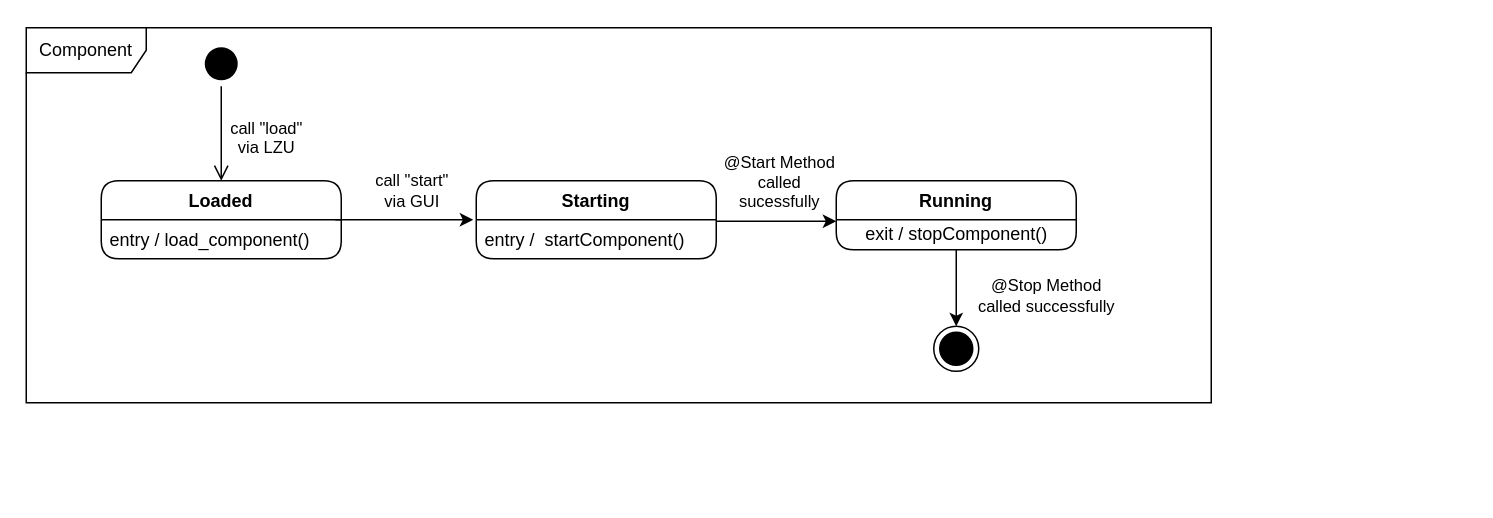
Earlier version of the draw.io diagram documentation/ue2ZustandsDiagramm.drawio (JonathanBenedikt/OOKA). Source tidied: cells renumbered, new cells numbered last; positions are measured from the earlier drawing's top-left corner, leaving out a move shared by most shapes. Both pictures are drawn from the tidied source at 150%, with x=0, y=0 at pixel (26, 27).
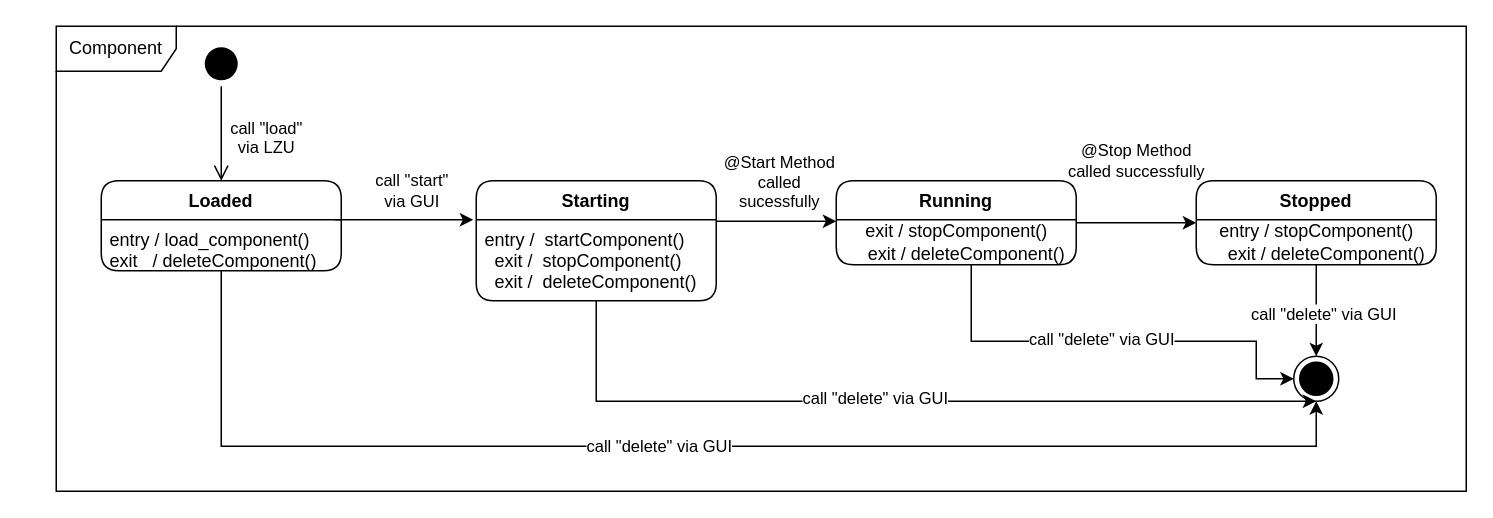
After the change.

Commit message (it also covers changes not shown here):
Zustandsdiagramm wurde angepasst.

Change to the diagram source:
```diff
@@
+    <mxCell id="15" style="edgeStyle=orthogonalEdgeStyle;rounded=0;jettySize=auto;html=1;entryX=0.5;entryY=1;entryDx=0;entryDy=0;" parent="1" edge="1" source="5" target="13">
+      <mxGeometry relative="1" as="geometry">
+        <Array as="points">
+          <mxPoint x="130" y="279" />
+          <mxPoint x="860" y="279" />
+        </Array>
+      </mxGeometry>
+    </mxCell>
+    <mxCell id="16" value="call &quot;delete&quot; via GUI" style="edgeLabel;html=1;align=center;verticalAlign=middle;" parent="15" vertex="1">
+      <mxGeometry x="-0.07" y="1" relative="1" as="geometry" />
+    </mxCell>
     <mxCell id="5" value="Loaded" style="swimlane;fontStyle=1;align=center;verticalAlign=top;horizontal=1;startSize=26;rounded=1;" parent="1" vertex="1">
-      <mxGeometry x="50" y="102" width="160" height="52" as="geometry" />
+      <mxGeometry x="50" y="102" width="160" height="60" as="geometry" />
     </mxCell>
-    <mxCell id="6" value="entry / load_component()" style="text;strokeColor=none;fillColor=none;align=left;verticalAlign=top;spacingLeft=4;spacingRight=4;overflow=hidden;" parent="5" vertex="1">
-      <mxGeometry y="26" width="160" height="26" as="geometry" />
+    <mxCell id="6" value="entry / load_component()&#10;exit   / deleteComponent()" style="text;strokeColor=none;fillColor=none;align=left;verticalAlign=top;spacingLeft=4;spacingRight=4;overflow=hidden;" parent="5" vertex="1">
+      <mxGeometry y="26" width="160" height="34" as="geometry" />
     </mxCell>
@@
+    <mxCell id="17" style="edgeStyle=orthogonalEdgeStyle;rounded=0;jettySize=auto;html=1;entryX=0.5;entryY=1;entryDx=0;entryDy=0;" parent="1" edge="1" source="8" target="13">
+      <mxGeometry relative="1" as="geometry">
+        <Array as="points">
+          <mxPoint x="380" y="249" />
+          <mxPoint x="850" y="249" />
+        </Array>
+      </mxGeometry>
+    </mxCell>
+    <mxCell id="18" value="call &quot;delete&quot; via GUI" style="edgeLabel;html=1;align=center;verticalAlign=middle;" parent="17" vertex="1">
+      <mxGeometry x="-0.08" y="4" relative="1" as="geometry">
+        <mxPoint y="1" as="offset" />
+      </mxGeometry>
+    </mxCell>
     <mxCell id="8" value="Starting" style="swimlane;fontStyle=1;align=center;verticalAlign=top;horizontal=1;startSize=26;rounded=1;" parent="1" vertex="1">
-      <mxGeometry x="300" y="102" width="160" height="52" as="geometry" />
+      <mxGeometry x="300" y="102" width="160" height="80" as="geometry" />
     </mxCell>
-    <mxCell id="9" value="entry /  startComponent()" style="text;strokeColor=none;fillColor=none;align=left;verticalAlign=top;spacingLeft=4;spacingRight=4;overflow=hidden;" parent="8" vertex="1">
-      <mxGeometry y="26" width="160" height="26" as="geometry" />
+    <mxCell id="9" value="entry /  startComponent()&#10;  exit /  stopComponent()&#10;  exit /  deleteComponent()" style="text;strokeColor=none;fillColor=none;align=left;verticalAlign=top;spacingLeft=4;spacingRight=4;overflow=hidden;" parent="8" vertex="1">
+      <mxGeometry y="26" width="160" height="54" as="geometry" />
     </mxCell>
-    <mxCell id="10" value="@Stop Method&lt;br&gt;called successfully" style="edgeStyle=orthogonalEdgeStyle;rounded=0;jettySize=auto;html=1;strokeColor=#000000;" parent="1" edge="1" source="11" target="13">
-      <mxGeometry x="0.22" y="60" relative="1" as="geometry" />
+    <mxCell id="10" value="@Stop Method&lt;br&gt;called successfully" style="edgeStyle=orthogonalEdgeStyle;rounded=0;jettySize=auto;html=1;strokeColor=#000000;entryX=0;entryY=0.5;entryDx=0;entryDy=0;" parent="1" edge="1" source="11" target="19">
+      <mxGeometry y="41" relative="1" as="geometry" />
     </mxCell>
     <mxCell id="11" value="Running" style="swimlane;fontStyle=1;align=center;verticalAlign=top;horizontal=1;startSize=26;rounded=1;" parent="1" vertex="1">
-      <mxGeometry x="540" y="102" width="160" height="46" as="geometry" />
+      <mxGeometry x="540" y="102" width="160" height="56" as="geometry" />
     </mxCell>
-    <mxCell id="12" value="exit / stopComponent()" style="text;html=1;align=center;verticalAlign=middle;points=[];strokeColor=none;fillColor=none;" parent="11" vertex="1">
-      <mxGeometry y="26" width="160" height="20" as="geometry" />
+    <mxCell id="12" value="exit / stopComponent()&lt;br&gt;&amp;nbsp; &amp;nbsp; exit / deleteComponent()" style="text;html=1;align=center;verticalAlign=middle;points=[];strokeColor=none;fillColor=none;" parent="11" vertex="1">
+      <mxGeometry y="26" width="160" height="30" as="geometry" />
     </mxCell>
     <mxCell id="13" style="ellipse;html=1;shape=endState;fillColor=#000000;strokeColor=#000000;" parent="1" vertex="1">
-      <mxGeometry x="605" y="199" width="30" height="30" as="geometry" />
+      <mxGeometry x="845" y="219" width="30" height="30" as="geometry" />
     </mxCell>
     <mxCell id="14" value="Component" style="shape=umlFrame;whiteSpace=wrap;html=1;strokeColor=#000000;gradientColor=none;width=80;height=30;" parent="1" vertex="1">
-      <mxGeometry width="790" height="250" as="geometry" />
+      <mxGeometry x="20" y="-1" width="940" height="310" as="geometry" />
     </mxCell>
+    <mxCell id="19" value="Stopped" style="swimlane;fontStyle=1;align=center;verticalAlign=top;horizontal=1;startSize=26;rounded=1;" parent="1" vertex="1">
+      <mxGeometry x="780" y="102" width="160" height="56" as="geometry" />
+    </mxCell>
+    <mxCell id="20" value="entry / stopComponent()&lt;br&gt;&amp;nbsp; &amp;nbsp; exit / deleteComponent()" style="text;html=1;align=center;verticalAlign=middle;points=[];strokeColor=none;fillColor=none;" parent="19" vertex="1">
+      <mxGeometry y="26" width="160" height="30" as="geometry" />
+    </mxCell>
+    <mxCell id="21" style="edgeStyle=orthogonalEdgeStyle;rounded=0;jettySize=auto;html=1;entryX=0.5;entryY=0;entryDx=0;entryDy=0;" parent="1" edge="1" source="20" target="13">
+      <mxGeometry relative="1" as="geometry" />
+    </mxCell>
+    <mxCell id="22" value="call &quot;delete&quot; via GUI" style="edgeLabel;html=1;align=center;verticalAlign=middle;" parent="21" vertex="1">
+      <mxGeometry x="0.06" y="4" relative="1" as="geometry" />
+    </mxCell>
+    <mxCell id="23" style="edgeStyle=orthogonalEdgeStyle;rounded=0;jettySize=auto;html=1;entryX=0;entryY=0.5;entryDx=0;entryDy=0;" parent="1" edge="1" source="12" target="13">
+      <mxGeometry relative="1" as="geometry">
+        <Array as="points">
+          <mxPoint x="630" y="209" />
+          <mxPoint x="820" y="209" />
+          <mxPoint x="820" y="234" />
+        </Array>
+      </mxGeometry>
+    </mxCell>
+    <mxCell id="24" value="call &quot;delete&quot; via GUI" style="edgeLabel;html=1;align=center;verticalAlign=middle;" parent="23" vertex="1">
+      <mxGeometry x="-0.06" y="2" relative="1" as="geometry" />
+    </mxCell>
```
